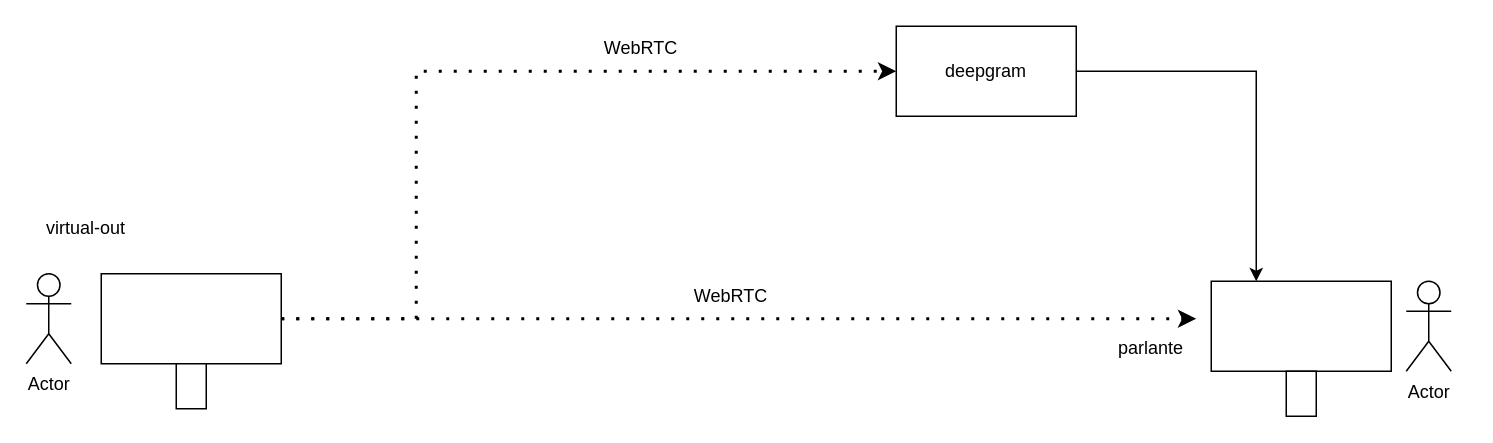
This is streaming/Untitled Diagram.drawio from janezmedi/drawio, a draw.io file, before an edit. Source tidied: cells renumbered, new cells numbered last; positions are measured from the earlier drawing's top-left corner, leaving out a move shared by most shapes. Both pictures are drawn from the tidied source at 150%, with x=0, y=0 at pixel (26, 26).
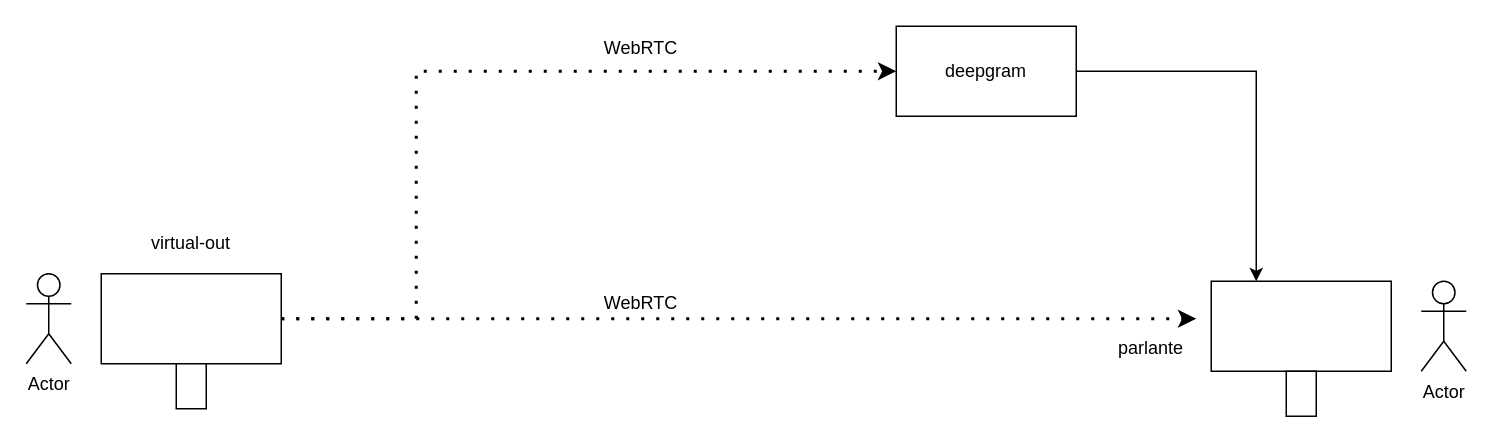
The same diagram, later.

Change to the diagram source:
```diff
@@
 <mxGraphModel>
   <root>
     <mxCell id="0" />
     <mxCell id="1" parent="0" />
-    <mxCell id="2" style="edgeStyle=orthogonalEdgeStyle;rounded=0;jettySize=auto;html=1;dashed=1;dashPattern=1 4;strokeWidth=2;" parent="1" edge="1" source="4">
+    <mxCell id="2" style="edgeStyle=orthogonalEdgeStyle;rounded=0;jettySize=auto;html=1;dashed=1;dashPattern=1 4;strokeWidth=2;flowAnimation=1;" parent="1" edge="1" source="4">
       <mxGeometry relative="1" as="geometry">
         <mxPoint x="780" y="195" as="targetPoint" />
       </mxGeometry>
     </mxCell>
-    <mxCell id="3" style="edgeStyle=orthogonalEdgeStyle;rounded=0;jettySize=auto;html=1;entryX=0;entryY=0.5;entryDx=0;entryDy=0;dashed=1;strokeWidth=2;dashPattern=1 4;" parent="1" edge="1" source="4" target="13">
+    <mxCell id="3" style="edgeStyle=orthogonalEdgeStyle;rounded=0;jettySize=auto;html=1;entryX=0;entryY=0.5;entryDx=0;entryDy=0;dashed=1;strokeWidth=2;dashPattern=1 4;flowAnimation=1;" parent="1" edge="1" source="4" target="13">
       <mxGeometry relative="1" as="geometry">
         <Array as="points">
           <mxPoint x="260" y="195" />
           <mxPoint x="260" y="30" />
         </Array>
       </mxGeometry>
     </mxCell>
     <mxCell id="4" style="rounded=0;whiteSpace=wrap;html=1;" parent="1" vertex="1">
       <mxGeometry x="50" y="165" width="120" height="60" as="geometry" />
     </mxCell>
     <mxCell id="5" value="Actor" style="shape=umlActor;verticalLabelPosition=bottom;verticalAlign=top;html=1;" parent="1" vertex="1">
       <mxGeometry y="165" width="30" height="60" as="geometry" />
     </mxCell>
     <mxCell id="6" style="rounded=0;whiteSpace=wrap;html=1;" parent="1" vertex="1">
       <mxGeometry x="100" y="225" width="20" height="30" as="geometry" />
     </mxCell>
     <mxCell id="7" style="rounded=0;whiteSpace=wrap;html=1;" parent="1" vertex="1">
       <mxGeometry x="790" y="170" width="120" height="60" as="geometry" />
     </mxCell>
     <mxCell id="8" value="Actor" style="shape=umlActor;verticalLabelPosition=bottom;verticalAlign=top;html=1;" parent="1" vertex="1">
-      <mxGeometry x="920" y="170" width="30" height="60" as="geometry" />
+      <mxGeometry x="930" y="170" width="30" height="60" as="geometry" />
     </mxCell>
     <mxCell id="9" style="rounded=0;whiteSpace=wrap;html=1;" parent="1" vertex="1">
       <mxGeometry x="840" y="230" width="20" height="30" as="geometry" />
     </mxCell>
     <mxCell id="10" value="virtual-out" style="text;html=1;whiteSpace=wrap;strokeColor=none;fillColor=none;align=center;verticalAlign=middle;rounded=0;" parent="1" vertex="1">
-      <mxGeometry x="10" y="120" width="60" height="30" as="geometry" />
+      <mxGeometry x="80" y="130" width="60" height="30" as="geometry" />
     </mxCell>
     <mxCell id="11" value="parlante" style="text;html=1;whiteSpace=wrap;strokeColor=none;fillColor=none;align=center;verticalAlign=middle;rounded=0;" parent="1" vertex="1">
       <mxGeometry x="720" y="200" width="60" height="30" as="geometry" />
     </mxCell>
     <mxCell id="12" style="edgeStyle=orthogonalEdgeStyle;rounded=0;jettySize=auto;html=1;entryX=0.25;entryY=0;entryDx=0;entryDy=0;" parent="1" edge="1" source="13" target="7">
       <mxGeometry relative="1" as="geometry" />
     </mxCell>
     <mxCell id="13" value="deepgram" style="rounded=0;whiteSpace=wrap;html=1;" parent="1" vertex="1">
       <mxGeometry x="580" width="120" height="60" as="geometry" />
     </mxCell>
     <mxCell id="14" value="WebRTC" style="text;html=1;whiteSpace=wrap;strokeColor=none;fillColor=none;align=center;verticalAlign=middle;rounded=0;" parent="1" vertex="1">
-      <mxGeometry x="440" y="165" width="60" height="30" as="geometry" />
+      <mxGeometry x="380" y="170" width="60" height="30" as="geometry" />
     </mxCell>
     <mxCell id="15" value="WebRTC" style="text;html=1;whiteSpace=wrap;strokeColor=none;fillColor=none;align=center;verticalAlign=middle;rounded=0;" parent="1" vertex="1">
       <mxGeometry x="380" width="60" height="30" as="geometry" />
     </mxCell>
   </root>
 </mxGraphModel>
```
